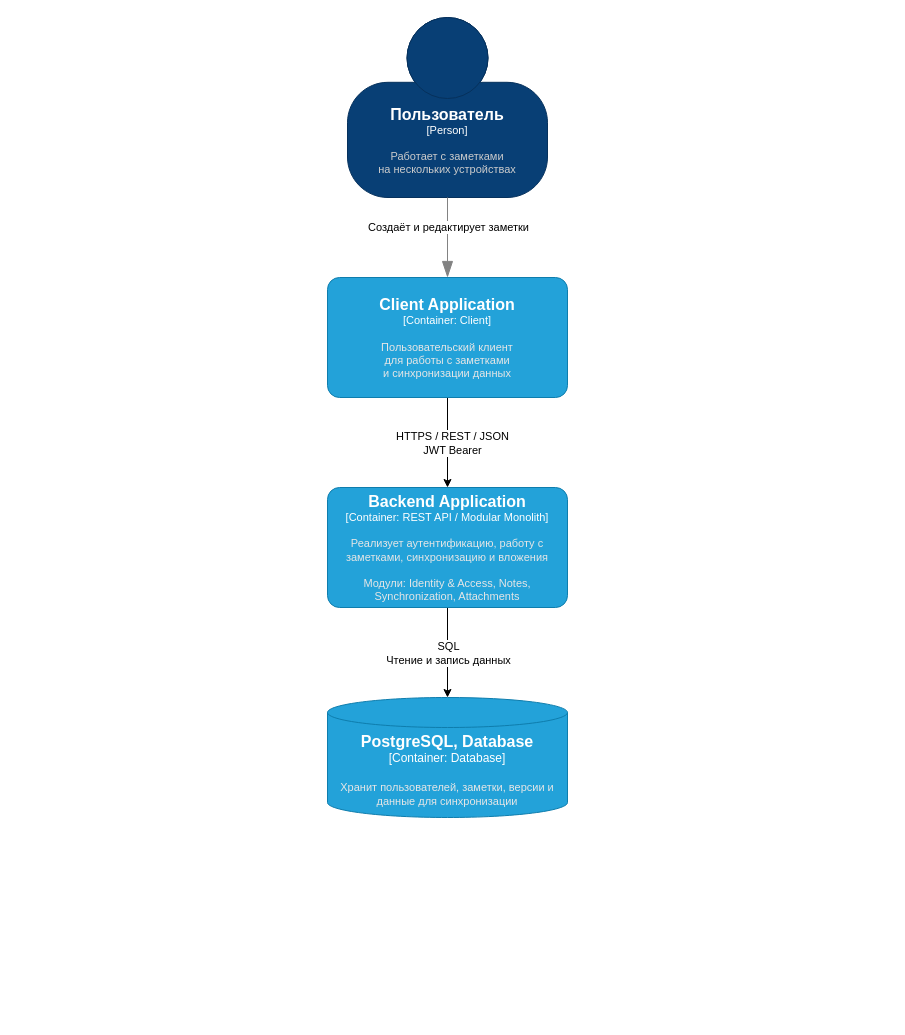
Before: page "Container" (2 of 2) of docs/architecture/c4-diagram.drawio in IlyaChern12/Notes-Service, a draw.io diagram. Source tidied: cells renumbered, new cells numbered last; positions are measured from the earlier drawing's top-left corner, leaving out a move shared by most shapes. Both pictures are drawn from the tidied source at 100%, with x=0, y=0 at pixel (327, 17).
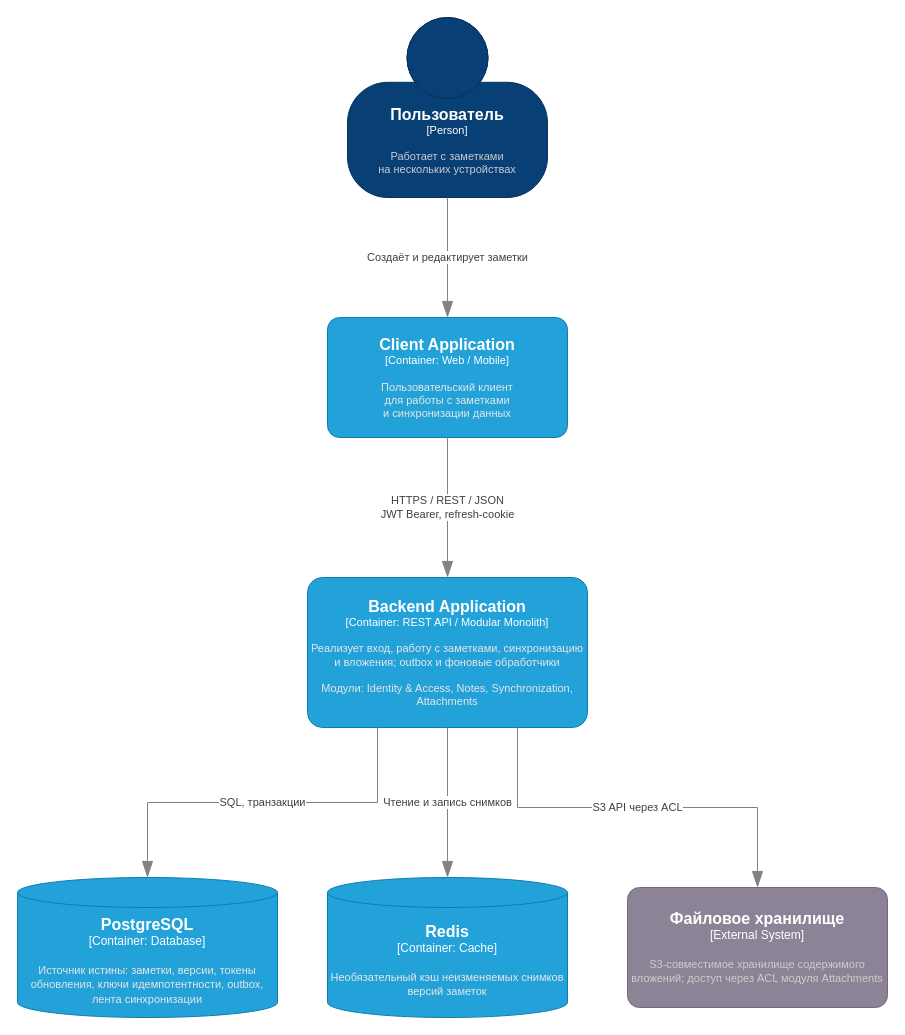
Above is the later version.

Change to the diagram source:
```diff
@@
 <mxGraphModel>
   <root>
     <mxCell id="0" />
     <mxCell id="1" parent="0" />
-    <object id="2" label="&lt;font style=&quot;font-size: 16px&quot;&gt;&lt;b&gt;%c4Name%&lt;/b&gt;&lt;/font&gt;&lt;div&gt;[%c4Type%]&lt;/div&gt;&lt;br&gt;&lt;div&gt;&lt;font style=&quot;font-size: 11px&quot;&gt;&lt;font color=&quot;#cccccc&quot;&gt;%c4Description%&lt;/font&gt;&lt;/div&gt;" c4Description="Работает с заметками&#10;на нескольких устройствах" c4Name="Пользователь " c4Type="Person" placeholders="1">
+    <object id="2" label="&lt;font style=&quot;font-size: 16px&quot;&gt;&lt;b&gt;%c4Name%&lt;/b&gt;&lt;/font&gt;&lt;div&gt;[%c4Type%]&lt;/div&gt;&lt;br&gt;&lt;div&gt;&lt;font style=&quot;font-size: 11px&quot;&gt;&lt;font color=&quot;#cccccc&quot;&gt;%c4Description%&lt;/font&gt;&lt;/div&gt;" c4Description="Работает с заметками&amp;#xa;на нескольких устройствах" c4Name="Пользователь" c4Type="Person" placeholders="1">
       <mxCell style="html=1;fontSize=11;dashed=0;whiteSpace=wrap;fillColor=#083F75;strokeColor=#06315C;fontColor=#ffffff;shape=mxgraph.c4.person2;align=center;points=[[0.5,0,0],[1,0.5,0],[1,0.75,0],[0.75,1,0],[0.5,1,0],[0.25,1,0],[0,0.75,0],[0,0.5,0]];" parent="1" vertex="1">
         <mxGeometry x="20" width="200" height="180" as="geometry" />
       </mxCell>
     </object>
-    <mxCell id="3" style="endArrow=blockThin;html=1;fontSize=10;fontColor=#404040;strokeWidth=1;endFill=1;strokeColor=#828282;elbow=vertical;endSize=14;startSize=14;jumpStyle=arc;jumpSize=16;rounded=0;edgeStyle=orthogonalEdgeStyle;exitX=0.5;exitY=1;exitDx=0;exitDy=0;exitPerimeter=0;entryX=0.5;entryY=0;entryDx=0;entryDy=0;entryPerimeter=0;" parent="1" edge="1" source="2" target="7">
-      <mxGeometry relative="1" as="geometry" />
-    </mxCell>
+    <object id="12" label="&lt;font style=&quot;font-size: 16px&quot;&gt;&lt;b&gt;%c4Name%&lt;/b&gt;&lt;/font&gt;&lt;div&gt;[%c4Type%: %c4Technology%]&lt;/div&gt;&lt;br&gt;&lt;div&gt;&lt;font style=&quot;font-size: 11px&quot;&gt;&lt;font color=&quot;#E6E6E6&quot;&gt;%c4Description%&lt;/font&gt;&lt;/div&gt;" c4Description="Пользовательский клиент&amp;#xa;для работы с заметками&amp;#xa;и синхронизации данных" c4Name="Client Application" c4Technology="Web / Mobile" c4Type="Container" placeholders="1">
+      <mxCell style="rounded=1;whiteSpace=wrap;html=1;fontSize=11;labelBackgroundColor=none;fillColor=#23A2D9;fontColor=#ffffff;align=center;arcSize=10;strokeColor=#0E7DAD;points=[[0.25,0,0],[0.5,0,0],[0.75,0,0],[1,0.25,0],[1,0.5,0],[1,0.75,0],[0.75,1,0],[0.5,1,0],[0.25,1,0],[0,0.75,0],[0,0.5,0],[0,0.25,0]];" parent="1" vertex="1">
+        <mxGeometry y="300" width="240" height="120" as="geometry" />
+      </mxCell>
+    </object>
+    <object id="13" label="&lt;font style=&quot;font-size: 16px&quot;&gt;&lt;b&gt;%c4Name%&lt;/b&gt;&lt;/font&gt;&lt;div&gt;[%c4Type%: %c4Technology%]&lt;/div&gt;&lt;br&gt;&lt;div&gt;&lt;font style=&quot;font-size: 11px&quot;&gt;&lt;font color=&quot;#E6E6E6&quot;&gt;%c4Description%&lt;/font&gt;&lt;/div&gt;" c4Description="Реализует вход, работу с заметками, синхронизацию и вложения; outbox и фоновые обработчики&amp;#xa;&amp;#xa;Модули: Identity &amp; Access, Notes, Synchronization, Attachments" c4Name="Backend Application" c4Technology="REST API / Modular Monolith" c4Type="Container" placeholders="1">
+      <mxCell style="rounded=1;whiteSpace=wrap;html=1;fontSize=11;labelBackgroundColor=none;fillColor=#23A2D9;fontColor=#ffffff;align=center;arcSize=10;strokeColor=#0E7DAD;points=[[0.25,0,0],[0.5,0,0],[0.75,0,0],[1,0.25,0],[1,0.5,0],[1,0.75,0],[0.75,1,0],[0.5,1,0],[0.25,1,0],[0,0.75,0],[0,0.5,0],[0,0.25,0]];" parent="1" vertex="1">
+        <mxGeometry x="-20" y="560" width="280" height="150" as="geometry" />
+      </mxCell>
+    </object>
+    <object id="14" label="&lt;font style=&quot;font-size: 16px&quot;&gt;&lt;b&gt;%c4Name%&lt;/b&gt;&lt;/font&gt;&lt;div&gt;[%c4Type%: %c4Technology%]&lt;/div&gt;&lt;br&gt;&lt;div&gt;&lt;font style=&quot;font-size: 11px&quot;&gt;&lt;font color=&quot;#E6E6E6&quot;&gt;%c4Description%&lt;/font&gt;&lt;/div&gt;" c4Description="Источник истины: заметки, версии, токены обновления, ключи идемпотентности, outbox, лента синхронизации" c4Name="PostgreSQL" c4Technology="Database" c4Type="Container" placeholders="1">
+      <mxCell style="shape=cylinder3;size=15;whiteSpace=wrap;html=1;boundedLbl=1;rounded=0;labelBackgroundColor=none;fillColor=#23A2D9;fontSize=12;fontColor=#ffffff;align=center;strokeColor=#0E7DAD;points=[[0.5,0,0],[1,0.25,0],[1,0.5,0],[1,0.75,0],[0.5,1,0],[0,0.75,0],[0,0.5,0],[0,0.25,0]];" parent="1" vertex="1">
+        <mxGeometry x="-310" y="860" width="260" height="140" as="geometry" />
+      </mxCell>
+    </object>
+    <object id="15" label="&lt;font style=&quot;font-size: 16px&quot;&gt;&lt;b&gt;%c4Name%&lt;/b&gt;&lt;/font&gt;&lt;div&gt;[%c4Type%: %c4Technology%]&lt;/div&gt;&lt;br&gt;&lt;div&gt;&lt;font style=&quot;font-size: 11px&quot;&gt;&lt;font color=&quot;#E6E6E6&quot;&gt;%c4Description%&lt;/font&gt;&lt;/div&gt;" c4Description="Необязательный кэш неизменяемых снимков версий заметок" c4Name="Redis" c4Technology="Cache" c4Type="Container" placeholders="1">
+      <mxCell style="shape=cylinder3;size=15;whiteSpace=wrap;html=1;boundedLbl=1;rounded=0;labelBackgroundColor=none;fillColor=#23A2D9;fontSize=12;fontColor=#ffffff;align=center;strokeColor=#0E7DAD;points=[[0.5,0,0],[1,0.25,0],[1,0.5,0],[1,0.75,0],[0.5,1,0],[0,0.75,0],[0,0.5,0],[0,0.25,0]];" parent="1" vertex="1">
+        <mxGeometry y="860" width="240" height="140" as="geometry" />
+      </mxCell>
+    </object>
+    <object id="16" label="&lt;font style=&quot;font-size: 16px&quot;&gt;&lt;b&gt;%c4Name%&lt;/b&gt;&lt;/font&gt;&lt;div&gt;[%c4Type%]&lt;/div&gt;&lt;br&gt;&lt;div&gt;&lt;font style=&quot;font-size: 11px&quot;&gt;&lt;font color=&quot;#cccccc&quot;&gt;%c4Description%&lt;/font&gt;&lt;/div&gt;" c4Description="S3-совместимое хранилище содержимого вложений; доступ через ACL модуля Attachments" c4Name="Файловое хранилище" c4Type="External System" placeholders="1">
+      <mxCell style="rounded=1;whiteSpace=wrap;html=1;labelBackgroundColor=none;fillColor=#8C8496;fontColor=#ffffff;align=center;arcSize=10;strokeColor=#736782;points=[[0.25,0,0],[0.5,0,0],[0.75,0,0],[1,0.25,0],[1,0.5,0],[1,0.75,0],[0.75,1,0],[0.5,1,0],[0.25,1,0],[0,0.75,0],[0,0.5,0],[0,0.25,0]];" parent="1" vertex="1">
+        <mxGeometry x="300" y="870" width="260" height="120" as="geometry" />
+      </mxCell>
+    </object>
-    <mxCell id="4" value="Создаёт и редактирует заметки" style="edgeLabel;html=1;align=center;verticalAlign=middle;" parent="3" vertex="1">
-      <mxGeometry x="0.03" y="3" relative="1" as="geometry">
-        <mxPoint x="-3" y="-12" as="offset" />
-      </mxGeometry>
+    <mxCell id="4" value="Создаёт и редактирует заметки" style="endArrow=blockThin;html=1;fontSize=11;fontColor=#404040;strokeWidth=1;endFill=1;strokeColor=#828282;elbow=vertical;endSize=14;startSize=14;jumpStyle=arc;jumpSize=16;rounded=0;edgeStyle=orthogonalEdgeStyle;labelBackgroundColor=#FFFFFF;" parent="1" edge="1" source="2" target="12">
+      <mxGeometry relative="1" as="geometry" />
     </mxCell>
-    <mxCell id="5" style="edgeStyle=orthogonalEdgeStyle;rounded=0;jettySize=auto;html=1;" parent="1" edge="1" source="7" target="10">
-      <mxGeometry relative="1" as="geometry" />
-    </mxCell>
-    <mxCell id="6" value="&lt;div&gt;HTTPS / REST / JSON&lt;/div&gt;&lt;div&gt;JWT Bearer&lt;/div&gt;" style="edgeLabel;html=1;align=center;verticalAlign=middle;" parent="5" vertex="1">
-      <mxGeometry x="0.01" y="4" relative="1" as="geometry" />
-    </mxCell>
-    <object id="7" label="&lt;font style=&quot;font-size: 16px&quot;&gt;&lt;b&gt;%c4Name%&lt;/b&gt;&lt;/font&gt;&lt;div&gt;[%c4Type%: %c4Technology%]&lt;/div&gt;&lt;br&gt;&lt;div&gt;&lt;font style=&quot;font-size: 11px&quot;&gt;&lt;font color=&quot;#E6E6E6&quot;&gt;%c4Description%&lt;/font&gt;&lt;/div&gt;" c4Description="Пользовательский клиент&#10;для работы с заметками&#10;и синхронизации данных" c4Name="Client Application" c4Technology="Client" c4Type="Container" placeholders="1">
-      <mxCell style="rounded=1;whiteSpace=wrap;html=1;fontSize=11;labelBackgroundColor=none;fillColor=#23A2D9;fontColor=#ffffff;align=center;arcSize=10;strokeColor=#0E7DAD;points=[[0.25,0,0],[0.5,0,0],[0.75,0,0],[1,0.25,0],[1,0.5,0],[1,0.75,0],[0.75,1,0],[0.5,1,0],[0.25,1,0],[0,0.75,0],[0,0.5,0],[0,0.25,0]];" parent="1" vertex="1">
-        <mxGeometry y="260" width="240" height="120" as="geometry" />
-      </mxCell>
-    </object>
-    <mxCell id="8" style="edgeStyle=orthogonalEdgeStyle;rounded=0;jettySize=auto;html=1;exitX=0.5;exitY=1;exitDx=0;exitDy=0;exitPerimeter=0;" parent="1" edge="1" source="10" target="11">
-      <mxGeometry relative="1" as="geometry" />
-    </mxCell>
-    <mxCell id="9" value="&lt;div&gt;SQL&lt;/div&gt;&lt;div&gt;Чтение и запись данных&lt;/div&gt;" style="edgeLabel;html=1;align=center;verticalAlign=middle;" parent="8" vertex="1">
-      <mxGeometry x="0.01" relative="1" as="geometry" />
-    </mxCell>
-    <object id="10" label="&lt;font style=&quot;font-size: 16px&quot;&gt;&lt;b&gt;%c4Name%&lt;/b&gt;&lt;/font&gt;&lt;div&gt;[%c4Type%: %c4Technology%]&lt;/div&gt;&lt;br&gt;&lt;div&gt;&lt;font style=&quot;font-size: 11px&quot;&gt;&lt;font color=&quot;#E6E6E6&quot;&gt;%c4Description%&lt;/font&gt;&lt;/div&gt;" c4Description="Реализует аутентификацию, работу с заметками, синхронизацию и вложения&#10;&#10;Модули: Identity &amp; Access, Notes, Synchronization, Attachments" c4Name="Backend Application" c4Technology="REST API / Modular Monolith" c4Type="Container" placeholders="1">
-      <mxCell style="rounded=1;whiteSpace=wrap;html=1;fontSize=11;labelBackgroundColor=none;fillColor=#23A2D9;fontColor=#ffffff;align=center;arcSize=10;strokeColor=#0E7DAD;points=[[0.25,0,0],[0.5,0,0],[0.75,0,0],[1,0.25,0],[1,0.5,0],[1,0.75,0],[0.75,1,0],[0.5,1,0],[0.25,1,0],[0,0.75,0],[0,0.5,0],[0,0.25,0]];imageAspect=0;imageWidth=28;imageHeight=27;" parent="1" vertex="1">
-        <mxGeometry y="470" width="240" height="120" as="geometry" />
-      </mxCell>
-    </object>
-    <object id="11" label="&lt;font style=&quot;font-size: 16px&quot;&gt;&lt;b&gt;%c4Name%&lt;/b&gt;&lt;/font&gt;&lt;div&gt;[%c4Type%:&amp;nbsp;%c4Technology%]&lt;/div&gt;&lt;br&gt;&lt;div&gt;&lt;font style=&quot;font-size: 11px&quot;&gt;&lt;font color=&quot;#E6E6E6&quot;&gt;%c4Description%&lt;/font&gt;&lt;/div&gt;" c4Description="Хранит пользователей, заметки, версии и данные для синхронизации" c4Name="PostgreSQL, Database" c4Technology="Database" c4Type="Container" placeholders="1">
-      <mxCell style="shape=cylinder3;size=15;whiteSpace=wrap;html=1;boundedLbl=1;rounded=0;labelBackgroundColor=none;fillColor=#23A2D9;fontSize=12;fontColor=#ffffff;align=center;strokeColor=#0E7DAD;points=[[0.5,0,0],[1,0.25,0],[1,0.5,0],[1,0.75,0],[0.5,1,0],[0,0.75,0],[0,0.5,0],[0,0.25,0]];" parent="1" vertex="1">
-        <mxGeometry y="680" width="240" height="120" as="geometry" />
-      </mxCell>
-    </object>
+    <mxCell id="17" value="HTTPS / REST / JSON&lt;br&gt;JWT Bearer, refresh-cookie" style="endArrow=blockThin;html=1;fontSize=11;fontColor=#404040;strokeWidth=1;endFill=1;strokeColor=#828282;elbow=vertical;endSize=14;startSize=14;jumpStyle=arc;jumpSize=16;rounded=0;edgeStyle=orthogonalEdgeStyle;labelBackgroundColor=#FFFFFF;" parent="1" edge="1" source="12" target="13">
+      <mxGeometry relative="1" as="geometry" />
+    </mxCell>
+    <mxCell id="18" value="SQL, транзакции" style="endArrow=blockThin;html=1;fontSize=11;fontColor=#404040;strokeWidth=1;endFill=1;strokeColor=#828282;elbow=vertical;endSize=14;startSize=14;jumpStyle=arc;jumpSize=16;rounded=0;edgeStyle=orthogonalEdgeStyle;labelBackgroundColor=#FFFFFF;exitX=0.25;exitY=1;exitDx=0;exitDy=0;exitPerimeter=0;entryX=0.5;entryY=0;entryDx=0;entryDy=0;entryPerimeter=0;" parent="1" edge="1" source="13" target="14">
+      <mxGeometry relative="1" as="geometry" />
+    </mxCell>
+    <mxCell id="19" value="Чтение и запись снимков" style="endArrow=blockThin;html=1;fontSize=11;fontColor=#404040;strokeWidth=1;endFill=1;strokeColor=#828282;elbow=vertical;endSize=14;startSize=14;jumpStyle=arc;jumpSize=16;rounded=0;edgeStyle=orthogonalEdgeStyle;labelBackgroundColor=#FFFFFF;exitX=0.5;exitY=1;exitDx=0;exitDy=0;exitPerimeter=0;entryX=0.5;entryY=0;entryDx=0;entryDy=0;entryPerimeter=0;" parent="1" edge="1" source="13" target="15">
+      <mxGeometry relative="1" as="geometry" />
+    </mxCell>
+    <mxCell id="20" value="S3 API через ACL" style="endArrow=blockThin;html=1;fontSize=11;fontColor=#404040;strokeWidth=1;endFill=1;strokeColor=#828282;elbow=vertical;endSize=14;startSize=14;jumpStyle=arc;jumpSize=16;rounded=0;edgeStyle=orthogonalEdgeStyle;labelBackgroundColor=#FFFFFF;exitX=0.75;exitY=1;exitDx=0;exitDy=0;exitPerimeter=0;entryX=0.5;entryY=0;entryDx=0;entryDy=0;entryPerimeter=0;" parent="1" edge="1" source="13" target="16">
+      <mxGeometry relative="1" as="geometry" />
+    </mxCell>
   </root>
 </mxGraphModel>
```
